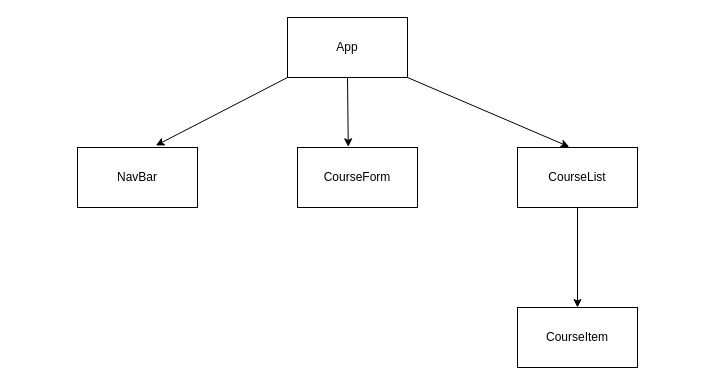
This is src/course.drawio from craigjford/react-cjf-final-project, a draw.io file, before an edit. Source tidied: cells renumbered, new cells numbered last; positions are measured from the earlier drawing's top-left corner, leaving out a move shared by most shapes. Both pictures are drawn from the tidied source at 100%, with x=0, y=0 at pixel (77, 17).
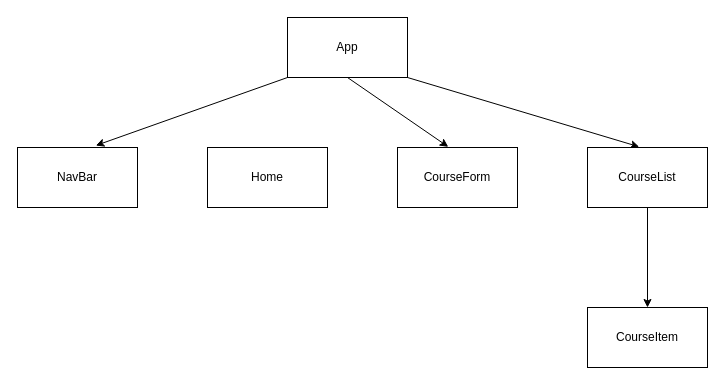
The same diagram, later.

Commit message (it also covers changes not shown here):
Added a Home Component to wireframe and created a Home Component

Change to the diagram source:
```diff
@@
 <mxGraphModel>
   <root>
     <mxCell id="0" />
     <mxCell id="1" parent="0" />
     <mxCell id="2" style="edgeStyle=none;html=1;exitX=0;exitY=1;exitDx=0;exitDy=0;entryX=0.653;entryY=-0.033;entryDx=0;entryDy=0;entryPerimeter=0;" parent="1" edge="1" source="5" target="6">
       <mxGeometry relative="1" as="geometry" />
     </mxCell>
     <mxCell id="3" style="html=1;exitX=0.5;exitY=1;exitDx=0;exitDy=0;entryX=0.423;entryY=-0.011;entryDx=0;entryDy=0;entryPerimeter=0;" parent="1" edge="1" source="5" target="7">
       <mxGeometry relative="1" as="geometry" />
     </mxCell>
     <mxCell id="4" style="edgeStyle=none;html=1;exitX=1;exitY=1;exitDx=0;exitDy=0;entryX=0.431;entryY=-0.011;entryDx=0;entryDy=0;entryPerimeter=0;" parent="1" edge="1" source="5" target="9">
       <mxGeometry relative="1" as="geometry" />
     </mxCell>
     <mxCell id="5" style="rounded=0;whiteSpace=wrap;html=1;" parent="1" vertex="1">
       <mxGeometry x="210" width="120" height="60" as="geometry" />
     </mxCell>
     <mxCell id="6" style="rounded=0;whiteSpace=wrap;html=1;" parent="1" vertex="1">
-      <mxGeometry y="130" width="120" height="60" as="geometry" />
+      <mxGeometry x="-60" y="130" width="120" height="60" as="geometry" />
     </mxCell>
     <mxCell id="7" style="rounded=0;whiteSpace=wrap;html=1;" parent="1" vertex="1">
-      <mxGeometry x="220" y="130" width="120" height="60" as="geometry" />
+      <mxGeometry x="320" y="130" width="120" height="60" as="geometry" />
     </mxCell>
     <mxCell id="8" style="edgeStyle=none;html=1;exitX=0.5;exitY=1;exitDx=0;exitDy=0;entryX=0.5;entryY=0;entryDx=0;entryDy=0;" parent="1" edge="1" source="9" target="10">
       <mxGeometry relative="1" as="geometry" />
     </mxCell>
     <mxCell id="9" style="rounded=0;whiteSpace=wrap;html=1;" parent="1" vertex="1">
-      <mxGeometry x="440" y="130" width="120" height="60" as="geometry" />
+      <mxGeometry x="510" y="130" width="120" height="60" as="geometry" />
     </mxCell>
     <mxCell id="10" style="rounded=0;whiteSpace=wrap;html=1;" parent="1" vertex="1">
-      <mxGeometry x="440" y="290" width="120" height="60" as="geometry" />
+      <mxGeometry x="510" y="290" width="120" height="60" as="geometry" />
     </mxCell>
     <mxCell id="11" value="App" style="text;html=1;strokeColor=none;fillColor=none;align=center;verticalAlign=middle;whiteSpace=wrap;rounded=0;" parent="1" vertex="1">
       <mxGeometry x="240" y="15" width="60" height="30" as="geometry" />
     </mxCell>
     <mxCell id="12" value="NavBar" style="text;html=1;strokeColor=none;fillColor=none;align=center;verticalAlign=middle;whiteSpace=wrap;rounded=0;" parent="1" vertex="1">
-      <mxGeometry x="30" y="145" width="60" height="30" as="geometry" />
+      <mxGeometry x="-30" y="145" width="60" height="30" as="geometry" />
     </mxCell>
     <mxCell id="13" value="CourseForm" style="text;html=1;strokeColor=none;fillColor=none;align=center;verticalAlign=middle;whiteSpace=wrap;rounded=0;" parent="1" vertex="1">
-      <mxGeometry x="250" y="145" width="60" height="30" as="geometry" />
+      <mxGeometry x="350" y="145" width="60" height="30" as="geometry" />
     </mxCell>
     <mxCell id="14" value="CourseList" style="text;html=1;strokeColor=none;fillColor=none;align=center;verticalAlign=middle;whiteSpace=wrap;rounded=0;" parent="1" vertex="1">
-      <mxGeometry x="470" y="145" width="60" height="30" as="geometry" />
+      <mxGeometry x="540" y="145" width="60" height="30" as="geometry" />
     </mxCell>
     <mxCell id="15" value="CourseItem" style="text;html=1;strokeColor=none;fillColor=none;align=center;verticalAlign=middle;whiteSpace=wrap;rounded=0;" parent="1" vertex="1">
-      <mxGeometry x="470" y="305" width="60" height="30" as="geometry" />
+      <mxGeometry x="540" y="305" width="60" height="30" as="geometry" />
     </mxCell>
+    <mxCell id="16" style="rounded=0;whiteSpace=wrap;html=1;" parent="1" vertex="1">
+      <mxGeometry x="130" y="130" width="120" height="60" as="geometry" />
+    </mxCell>
+    <mxCell id="17" value="Home" style="text;html=1;strokeColor=none;fillColor=none;align=center;verticalAlign=middle;whiteSpace=wrap;rounded=0;" parent="1" vertex="1">
+      <mxGeometry x="160" y="145" width="60" height="30" as="geometry" />
+    </mxCell>
   </root>
 </mxGraphModel>
```
